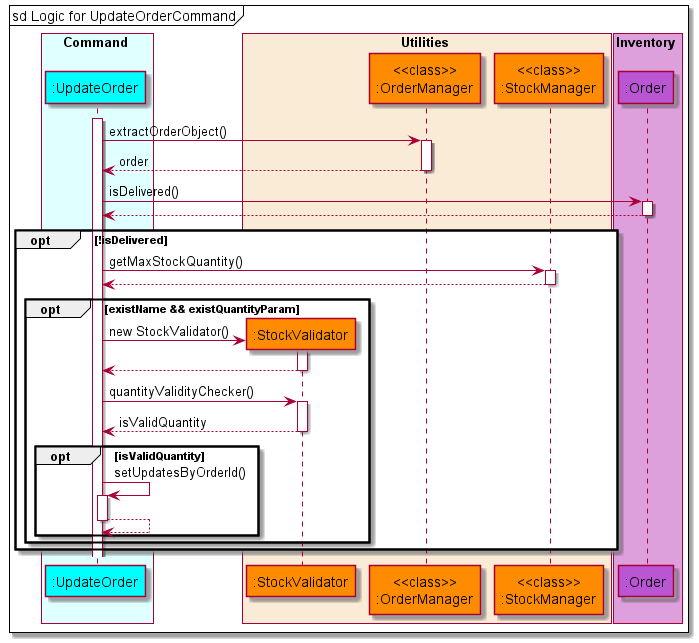
Above: docs/diagrams/diagram_images/UpdateOrderSequenceDiagram.png in nus-cs2113-AY2122S1/tp (PlantUML), before the change.
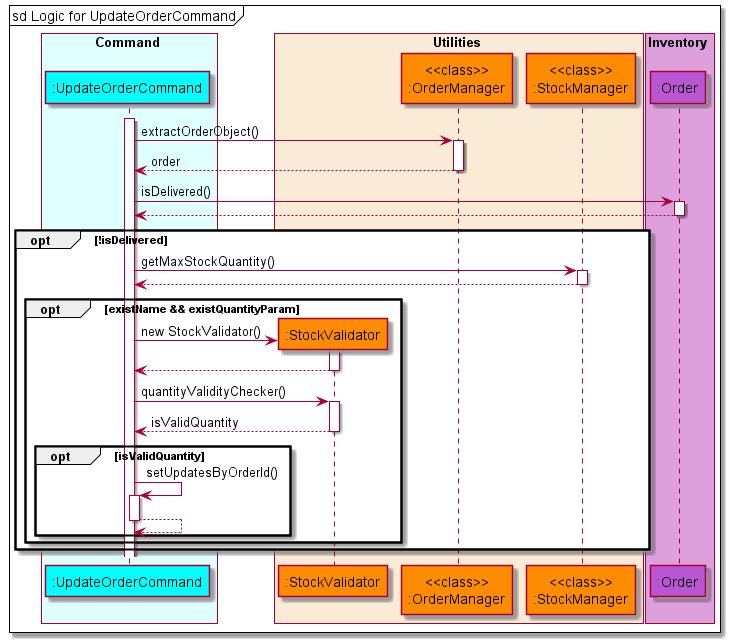
The same diagram one commit later.

Commit message:
Modify update commands sequence diagram naming

Diff of the diagram source:
```diff
@@ -3,7 +3,7 @@
 !include style.puml
 
 box Command COLOR_COMMAND_BOX
-    participant ":UpdateOrder" as updateorder COLOR_COMMAND
+    participant ":UpdateOrderCommand" as updateorder COLOR_COMMAND
 end box
 
 box Utilities COLOR_UTILITIES_BOX
```
